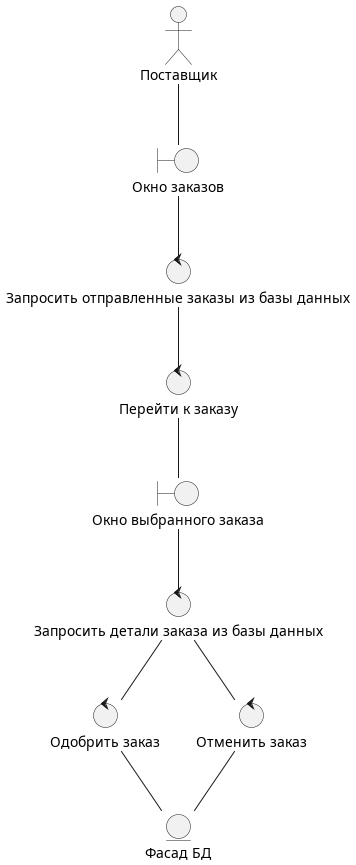
Before: uml-диаграммы/out/Диаграмма пригодности/Диаграмма_пригодности_Обработать_заказ_Администратора/Диаграмма_пригодности_Обработать_заказ_Администратора.png, a diagram exported from PlantUML (BombasticFantastik/PIS_Course_work). Source of this version:
```plantuml
@startuml


actor "Поставщик" as seller

boundary "Окно заказов" as list_of_orders

control "Запросить отправленные заказы из базы данных" as give_me_orders

control "Перейти к заказу" as to_order_list

boundary "Окно выбранного заказа" as selected_order

control "Запросить детали заказа из базы данных" as give_me_order_details




control "Одобрить заказ" as accept_order

control "Отменить заказ" as cansel_order

entity "Фасад БД" as facade_bd



seller--list_of_orders

list_of_orders-- give_me_orders


give_me_orders--to_order_list

to_order_list--selected_order

selected_order--give_me_order_details

give_me_order_details--accept_order

give_me_order_details--cansel_order

accept_order--facade_bd
cansel_order--facade_bd



@enduml
```
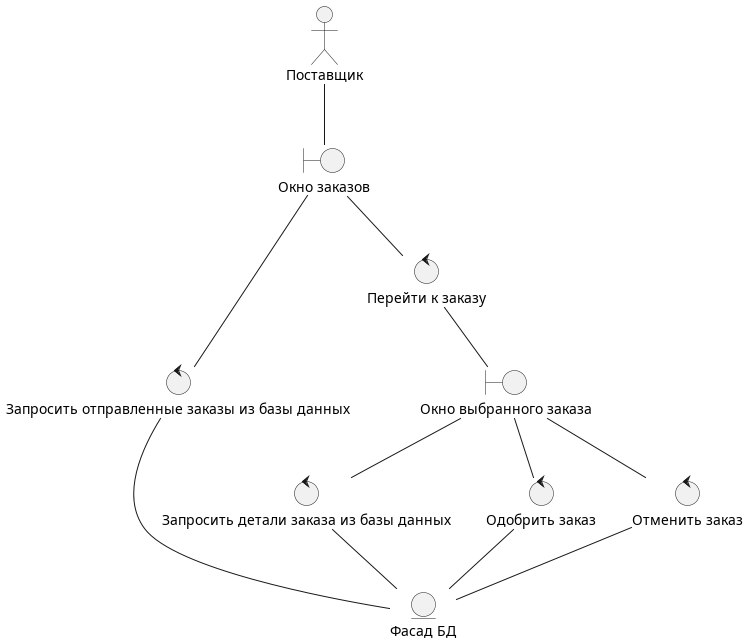
The same diagram one commit later.

The edit, as a diff of the source:
```diff
@@ -29,16 +29,17 @@
 list_of_orders-- give_me_orders
 
 
-give_me_orders--to_order_list
+list_of_orders--to_order_list
 
 to_order_list--selected_order
 
 selected_order--give_me_order_details
 
-give_me_order_details--accept_order
+selected_order--accept_order
+selected_order--cansel_order
 
-give_me_order_details--cansel_order
-
+give_me_orders--facade_bd
+give_me_order_details--facade_bd
 accept_order--facade_bd
 cansel_order--facade_bd
 
```
